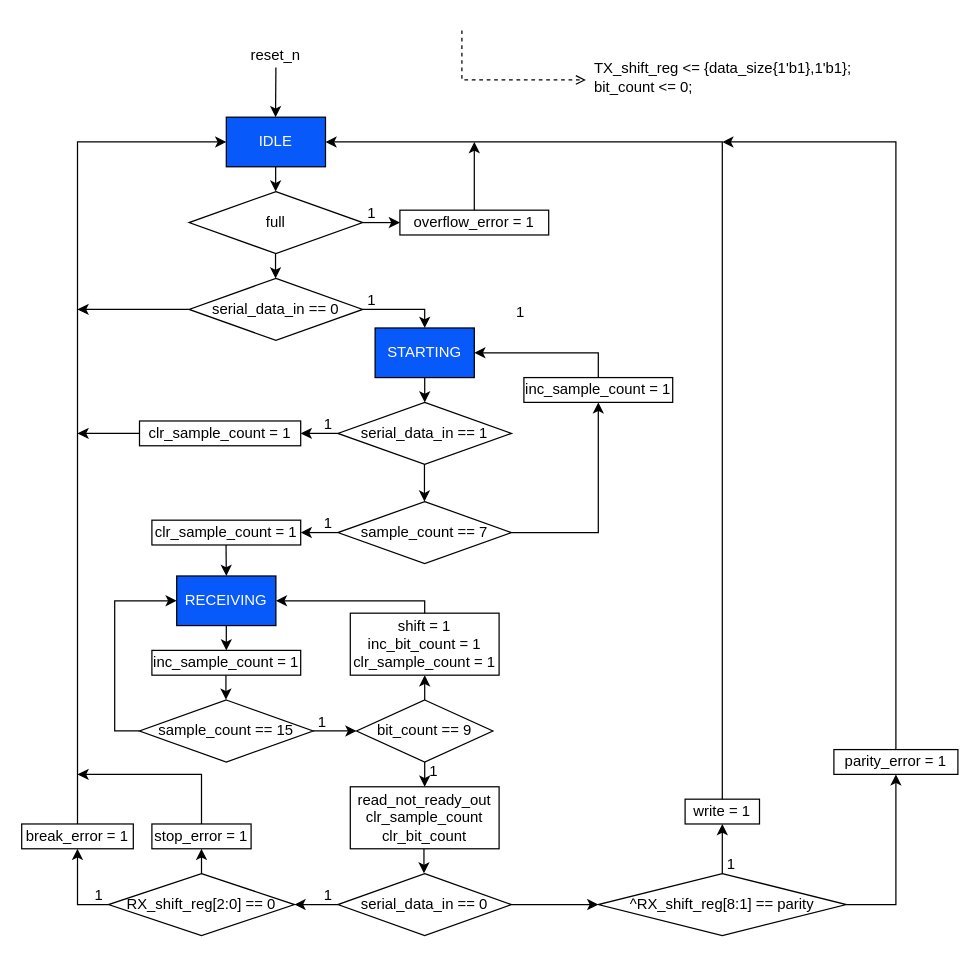
This is page "uart_receiver_ASMD" (10 of 10) of doc/UART.drawio from lampn0/uart_vlsi, a draw.io file, before an edit. Source tidied: cells renumbered, new cells numbered last; positions are measured from the earlier drawing's top-left corner, leaving out a move shared by most shapes. Both pictures are drawn from the tidied source at 124%, with x=0, y=0 at pixel (21, 30).
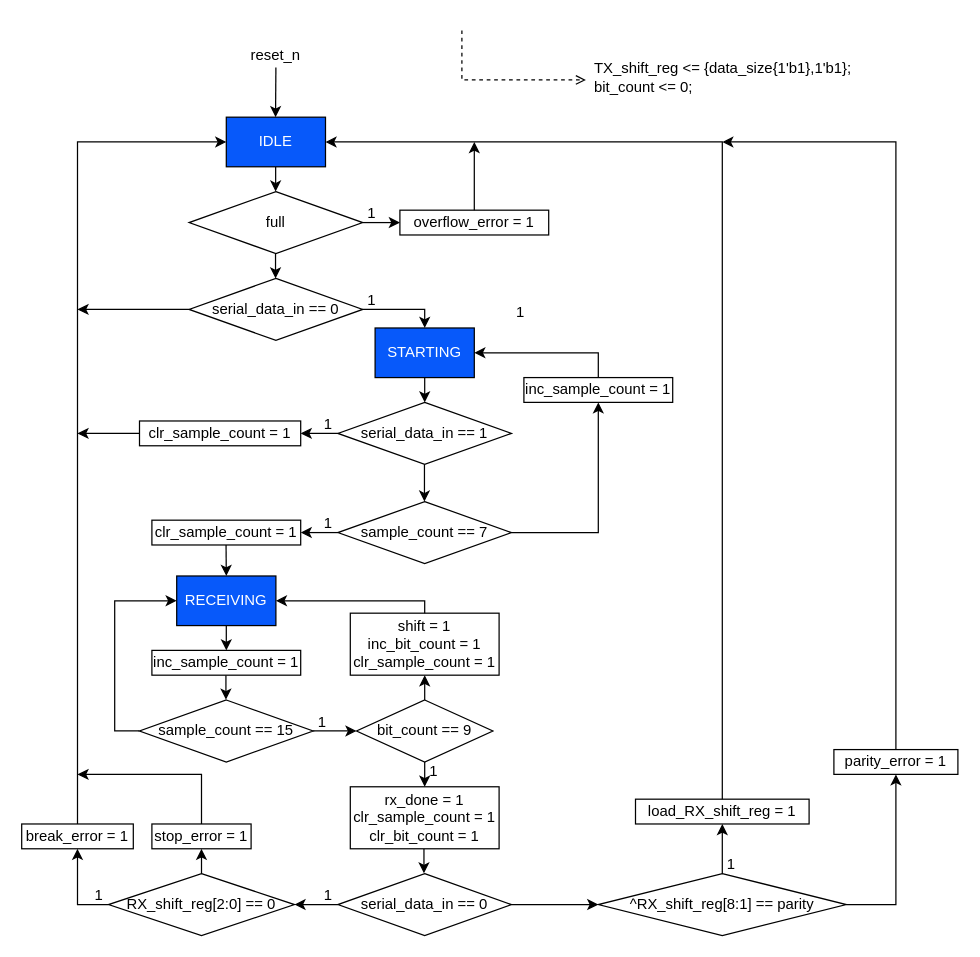
After the change.

What changed in the source:
```diff
@@
-    <mxCell id="7" value="write = 1" style="rounded=0;whiteSpace=wrap;html=1;fillColor=#FFFFFF;align=center;" parent="1" vertex="1">
-      <mxGeometry x="535" y="620" width="60" height="20" as="geometry" />
+    <mxCell id="7" value="load_RX_shift_reg = 1" style="rounded=0;whiteSpace=wrap;html=1;fillColor=#FFFFFF;align=center;" parent="1" vertex="1">
+      <mxGeometry x="495" y="620" width="140" height="20" as="geometry" />
     </mxCell>
@@
-    <mxCell id="35" value="read_not_ready_out&lt;br&gt;clr_sample_count&lt;br&gt;clr_bit_count" style="rounded=0;whiteSpace=wrap;html=1;fillColor=#FFFFFF;align=center;" parent="1" vertex="1">
+    <mxCell id="35" value="rx_done = 1&lt;br&gt;clr_sample_count = 1&lt;br&gt;clr_bit_count = 1" style="rounded=0;whiteSpace=wrap;html=1;fillColor=#FFFFFF;align=center;" parent="1" vertex="1">
       <mxGeometry x="265" y="610" width="120" height="50" as="geometry" />
     </mxCell>
```
